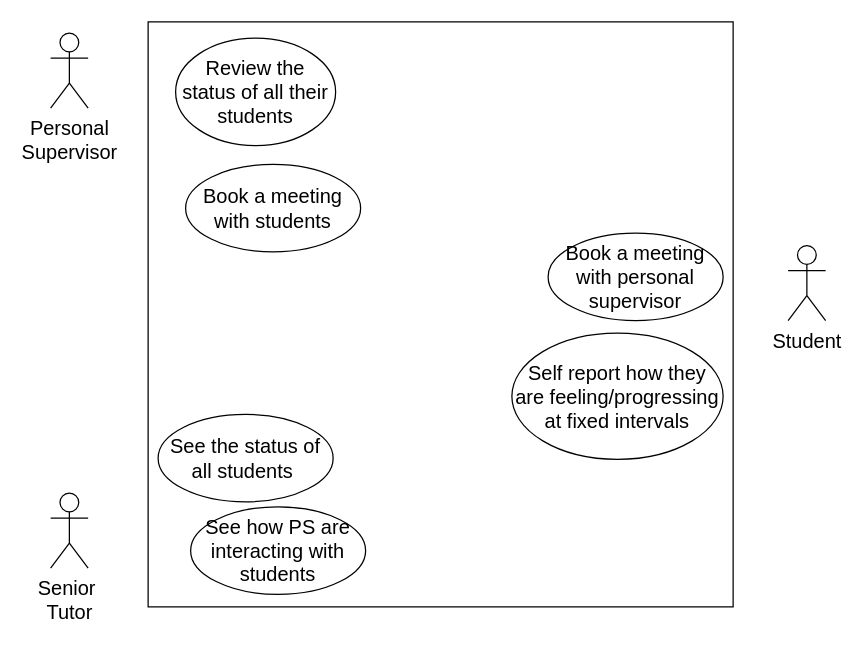
Above: Untitled Diagram.drawio in MariaSpencer/git_practice (draw.io), before the change. Source tidied: cells renumbered, new cells numbered last; positions are measured from the earlier drawing's top-left corner, leaving out a move shared by most shapes. Both pictures are drawn from the tidied source at 125%, with x=0, y=0 at pixel (50, 21).
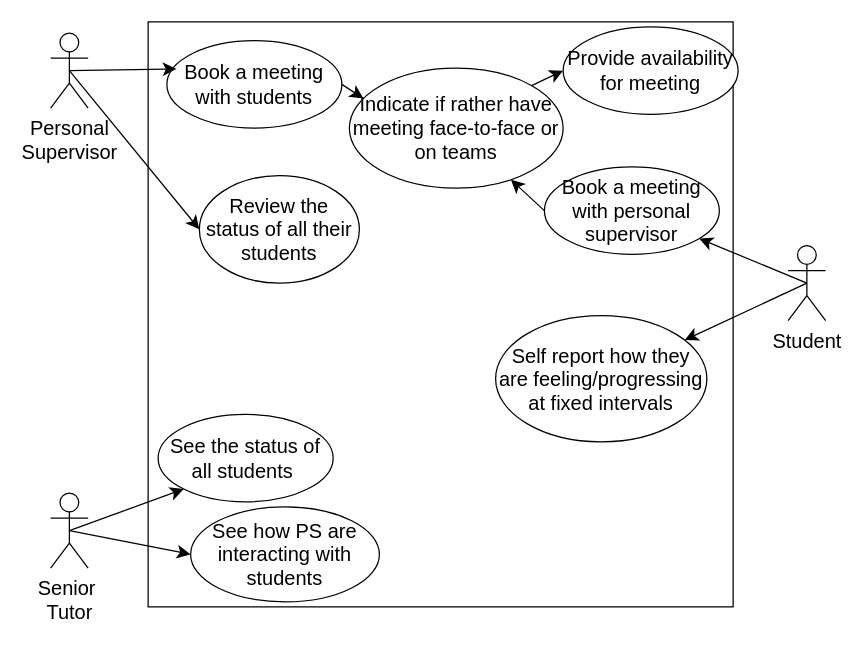
After the change.

Commit message:
Updated some use cases

The change refers to these unchanged cells:
```xml
<mxCell id="3" value="Senior&amp;nbsp;&lt;br&gt;Tutor" style="shape=umlActor;verticalLabelPosition=bottom;verticalAlign=top;html=1;fontSize=16;" parent="1" vertex="1">
  <mxGeometry y="377" width="30" height="60" as="geometry" />
</mxCell>
<mxCell id="4" value="Student" style="shape=umlActor;verticalLabelPosition=bottom;verticalAlign=top;html=1;fontSize=16;" parent="1" vertex="1">
  <mxGeometry x="590" y="179" width="30" height="60" as="geometry" />
</mxCell>
<mxCell id="5" value="Personal &lt;br&gt;Supervisor" style="shape=umlActor;verticalLabelPosition=bottom;verticalAlign=top;html=1;fontSize=16;" parent="1" vertex="1">
  <mxGeometry y="9" width="30" height="60" as="geometry" />
</mxCell>
<mxCell id="9" value="See the status of all students&amp;nbsp;" style="ellipse;whiteSpace=wrap;html=1;fontSize=16;" parent="1" vertex="1">
  <mxGeometry x="86" y="314" width="140" height="70" as="geometry" />
</mxCell>
```

What changed in the source:
```diff
@@
+    <mxCell id="12" style="edgeStyle=none;curved=1;rounded=0;jettySize=auto;html=1;exitX=0.5;exitY=0.5;exitDx=0;exitDy=0;exitPerimeter=0;entryX=0;entryY=1;entryDx=0;entryDy=0;fontSize=12;startSize=8;endSize=8;" parent="1" edge="1" source="3" target="9">
+      <mxGeometry relative="1" as="geometry" />
+    </mxCell>
+    <mxCell id="13" style="edgeStyle=none;curved=1;rounded=0;jettySize=auto;html=1;exitX=0.5;exitY=0.5;exitDx=0;exitDy=0;exitPerimeter=0;entryX=0;entryY=0.5;entryDx=0;entryDy=0;fontSize=12;startSize=8;endSize=8;" parent="1" edge="1" source="3" target="10">
+      <mxGeometry relative="1" as="geometry" />
+    </mxCell>
@@
+    <mxCell id="14" style="edgeStyle=none;curved=1;rounded=0;jettySize=auto;html=1;exitX=0.5;exitY=0.5;exitDx=0;exitDy=0;exitPerimeter=0;fontSize=12;startSize=8;endSize=8;" parent="1" edge="1" source="4" target="8">
+      <mxGeometry relative="1" as="geometry" />
+    </mxCell>
+    <mxCell id="15" style="edgeStyle=none;curved=1;rounded=0;jettySize=auto;html=1;exitX=0.5;exitY=0.5;exitDx=0;exitDy=0;exitPerimeter=0;fontSize=12;startSize=8;endSize=8;" parent="1" edge="1" source="4" target="11">
+      <mxGeometry relative="1" as="geometry" />
+    </mxCell>
@@
+    <mxCell id="16" style="edgeStyle=none;curved=1;rounded=0;jettySize=auto;html=1;exitX=0.5;exitY=0.5;exitDx=0;exitDy=0;exitPerimeter=0;entryX=0;entryY=0.5;entryDx=0;entryDy=0;fontSize=12;startSize=8;endSize=8;" parent="1" edge="1" source="5" target="6">
+      <mxGeometry relative="1" as="geometry" />
+    </mxCell>
@@
     <mxCell id="6" value="Review the status of all their students" style="ellipse;whiteSpace=wrap;html=1;fontSize=16;" parent="1" vertex="1">
-      <mxGeometry x="100" y="13" width="128" height="86" as="geometry" />
+      <mxGeometry x="119" y="123" width="128" height="86" as="geometry" />
     </mxCell>
     <mxCell id="7" value="Book a meeting with students" style="ellipse;whiteSpace=wrap;html=1;fontSize=16;" parent="1" vertex="1">
-      <mxGeometry x="108" y="114" width="140" height="70" as="geometry" />
+      <mxGeometry x="93" y="15" width="140" height="70" as="geometry" />
     </mxCell>
+    <mxCell id="17" style="edgeStyle=none;curved=1;rounded=0;jettySize=auto;html=1;exitX=0;exitY=0.5;exitDx=0;exitDy=0;fontSize=12;startSize=8;endSize=8;" parent="1" edge="1" source="8" target="21">
+      <mxGeometry relative="1" as="geometry" />
+    </mxCell>
     <mxCell id="8" value="Book a meeting with personal supervisor" style="ellipse;whiteSpace=wrap;html=1;fontSize=16;" parent="1" vertex="1">
-      <mxGeometry x="398" y="169" width="140" height="70" as="geometry" />
+      <mxGeometry x="395" y="116" width="140" height="70" as="geometry" />
     </mxCell>
@@
     <mxCell id="10" value="See how PS are interacting with students" style="ellipse;whiteSpace=wrap;html=1;fontSize=16;" parent="1" vertex="1">
-      <mxGeometry x="112" y="388" width="140" height="70" as="geometry" />
+      <mxGeometry x="112" y="388" width="151" height="76" as="geometry" />
     </mxCell>
     <mxCell id="11" value="Self report how they are feeling/progressing at fixed intervals" style="ellipse;whiteSpace=wrap;html=1;fontSize=16;" parent="1" vertex="1">
-      <mxGeometry x="369" y="249" width="169" height="101" as="geometry" />
+      <mxGeometry x="356" y="235" width="169" height="101" as="geometry" />
     </mxCell>
+    <mxCell id="18" value="Provide availability for meeting" style="ellipse;whiteSpace=wrap;html=1;fontSize=16;" parent="1" vertex="1">
+      <mxGeometry x="410" y="4" width="140" height="70" as="geometry" />
+    </mxCell>
+    <mxCell id="19" style="edgeStyle=none;curved=1;rounded=0;jettySize=auto;html=1;exitX=0.5;exitY=0.5;exitDx=0;exitDy=0;exitPerimeter=0;entryX=0.055;entryY=0.324;entryDx=0;entryDy=0;entryPerimeter=0;fontSize=12;startSize=8;endSize=8;" parent="1" edge="1" source="5" target="7">
+      <mxGeometry relative="1" as="geometry" />
+    </mxCell>
+    <mxCell id="20" style="edgeStyle=none;curved=1;rounded=0;jettySize=auto;html=1;exitX=1;exitY=0;exitDx=0;exitDy=0;entryX=0;entryY=0.5;entryDx=0;entryDy=0;fontSize=12;startSize=8;endSize=8;" parent="1" edge="1" source="21" target="18">
+      <mxGeometry relative="1" as="geometry" />
+    </mxCell>
+    <mxCell id="21" value="Indicate if rather have meeting face-to-face or on teams" style="ellipse;whiteSpace=wrap;html=1;fontSize=16;" parent="1" vertex="1">
+      <mxGeometry x="239" y="37" width="171" height="96" as="geometry" />
+    </mxCell>
+    <mxCell id="22" style="edgeStyle=none;curved=1;rounded=0;jettySize=auto;html=1;exitX=1;exitY=0.5;exitDx=0;exitDy=0;entryX=0.066;entryY=0.253;entryDx=0;entryDy=0;entryPerimeter=0;fontSize=12;startSize=8;endSize=8;" parent="1" edge="1" source="7" target="21">
+      <mxGeometry relative="1" as="geometry" />
+    </mxCell>
```
